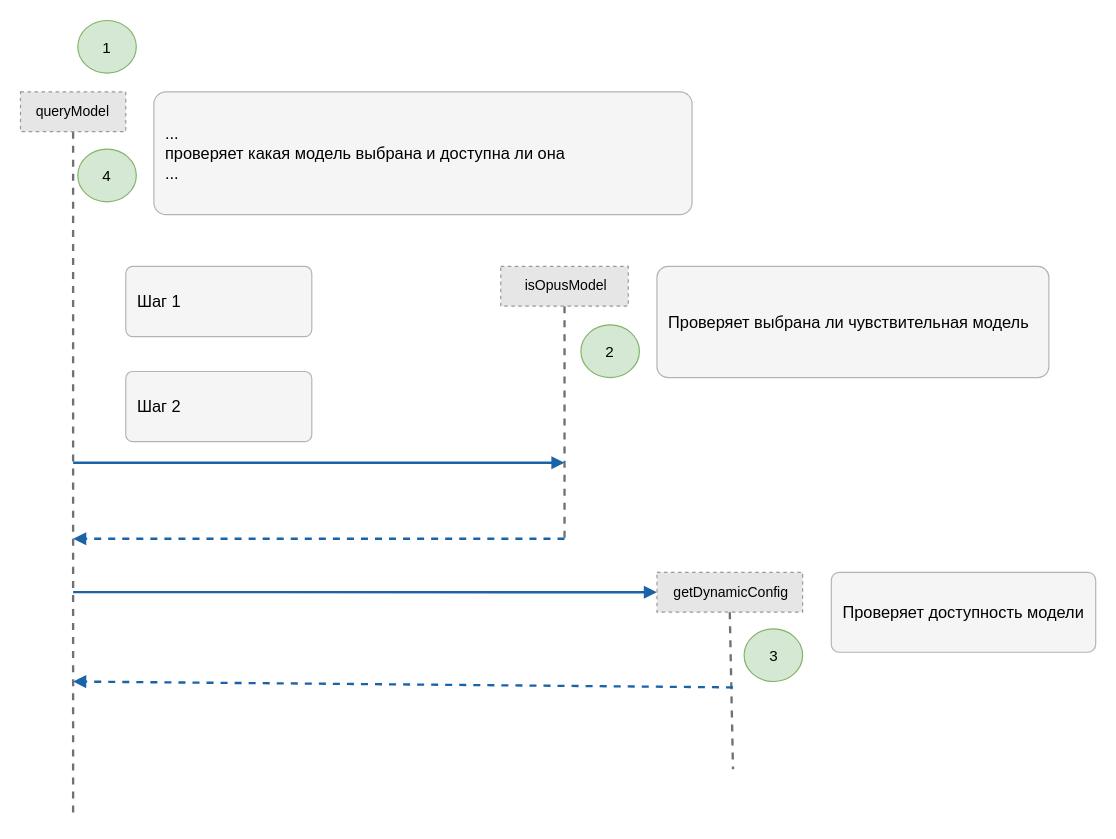
Above: graph/draw/sequenceHabr.drawio in a1oleg/graphKoda (draw.io), before the change. Source tidied: cells renumbered, new cells numbered last; positions are measured from the earlier drawing's top-left corner, leaving out a move shared by most shapes. Both pictures are drawn from the tidied source at 117%, with x=0, y=0 at pixel (20, 20). Pictures stored in the file or linked from it are replaced by grey dashed boxes.
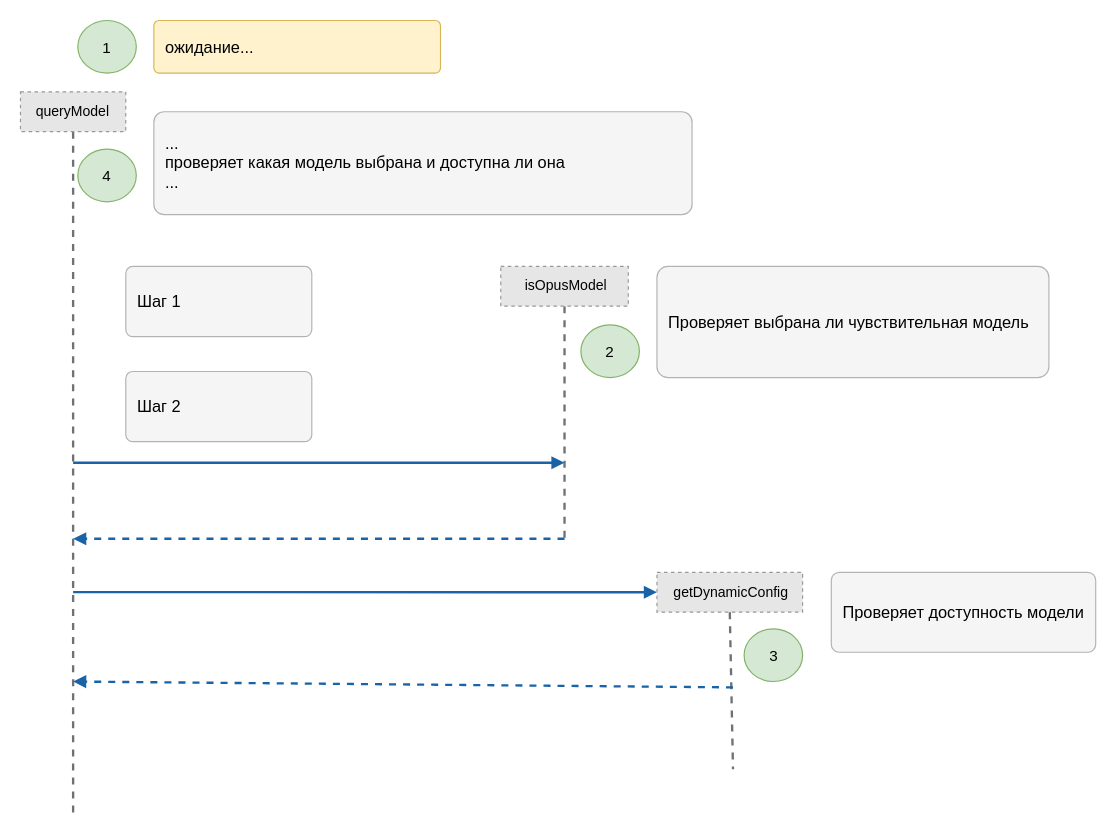
The same diagram, later.

Commit message:
fix: adjust mxGraphModel dimensions and add new annotation in sequenceHabr.drawio for improved layout

Change to the diagram source:
```diff
@@
     <mxCell id="11" value="...&#10;проверяет какая модель выбрана и доступна ли она&#10;..." style="rounded=1;arcSize=10;whiteSpace=wrap;html=0;fontSize=14;fontStyle=0;align=left;verticalAlign=middle;spacing=10;fillColor=#f5f5f5;strokeColor=#b3b3b3;fontColor=#000000;" parent="1" vertex="1">
-      <mxGeometry x="114" y="61" width="460" height="105" as="geometry" />
+      <mxGeometry x="114" y="78" width="460" height="88" as="geometry" />
     </mxCell>
@@
+    <mxCell id="21" value="ожидание..." style="rounded=1;arcSize=10;whiteSpace=wrap;html=0;fontSize=14;fontStyle=0;align=left;verticalAlign=middle;spacing=10;fillColor=#fff2cc;strokeColor=#d6b656;" parent="1" vertex="1">
+      <mxGeometry x="114" width="245" height="45" as="geometry" />
+    </mxCell>
```
